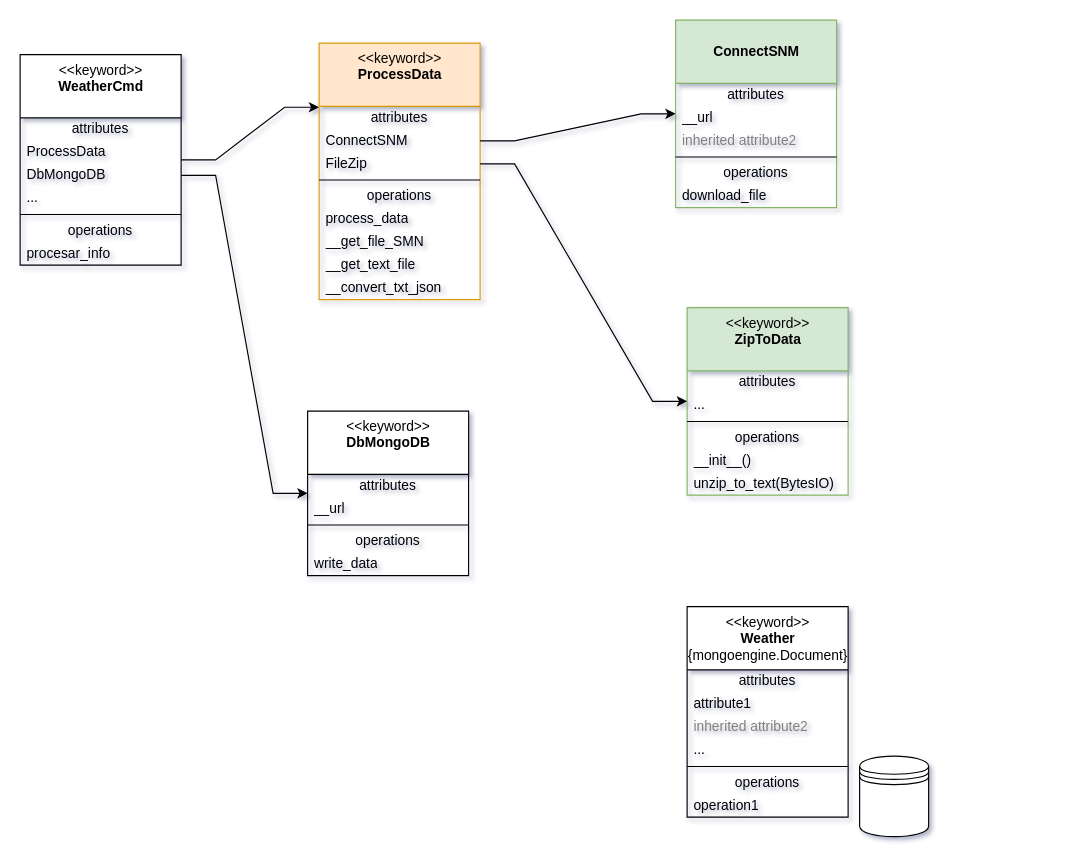
Earlier version of the draw.io diagram page "Page-2" (2 of 3) of diagram.drawio (mejor0108/weather-process). Source tidied: cells renumbered, new cells numbered last; positions are measured from the earlier drawing's top-left corner, leaving out a move shared by most shapes. Both pictures are drawn from the tidied source at 115%, with x=0, y=0 at pixel (20, 20).
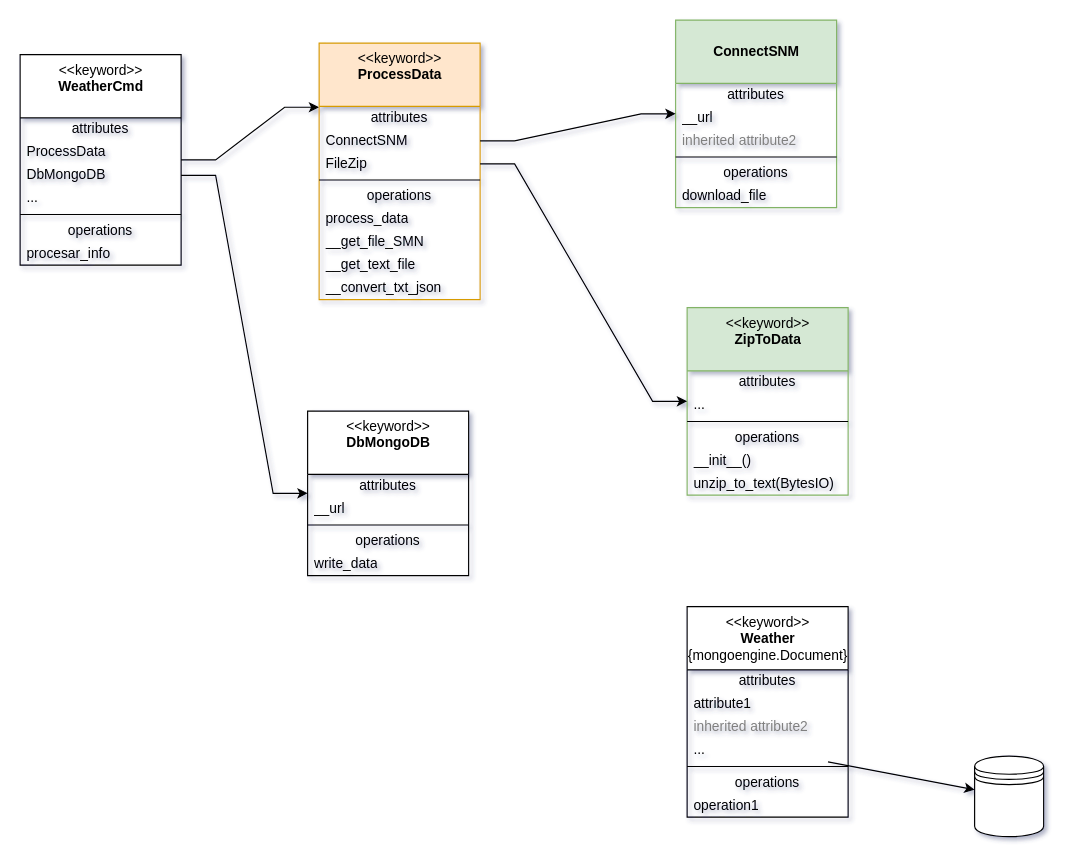
After the change.

Unchanged cells that the change refers to:
```xml
<mxCell id="49" value="..." style="text;html=1;strokeColor=none;fillColor=none;align=left;verticalAlign=middle;spacingLeft=4;spacingRight=4;overflow=hidden;points=[[0,0.5],[1,0.5]];portConstraint=eastwest;" parent="45" vertex="1">
  <mxGeometry y="115" width="140" height="20" as="geometry" />
</mxCell>
```

What changed in the source:
```diff
@@
-<mxGraphModel background="#ffffff" shadow="1">
+<mxGraphModel shadow="1">
@@
     <mxCell id="44" style="shape=datastore;whiteSpace=wrap;html=1;fillColor=#ffffff;fontColor=#000000;" parent="1" vertex="1">
-      <mxGeometry x="730" y="640" width="60" height="70" as="geometry" />
+      <mxGeometry x="830" y="640" width="60" height="70" as="geometry" />
     </mxCell>
@@
+    <mxCell id="53" style="edgeStyle=none;html=1;" parent="1" edge="1" source="49" target="44">
+      <mxGeometry relative="1" as="geometry" />
+    </mxCell>
```
